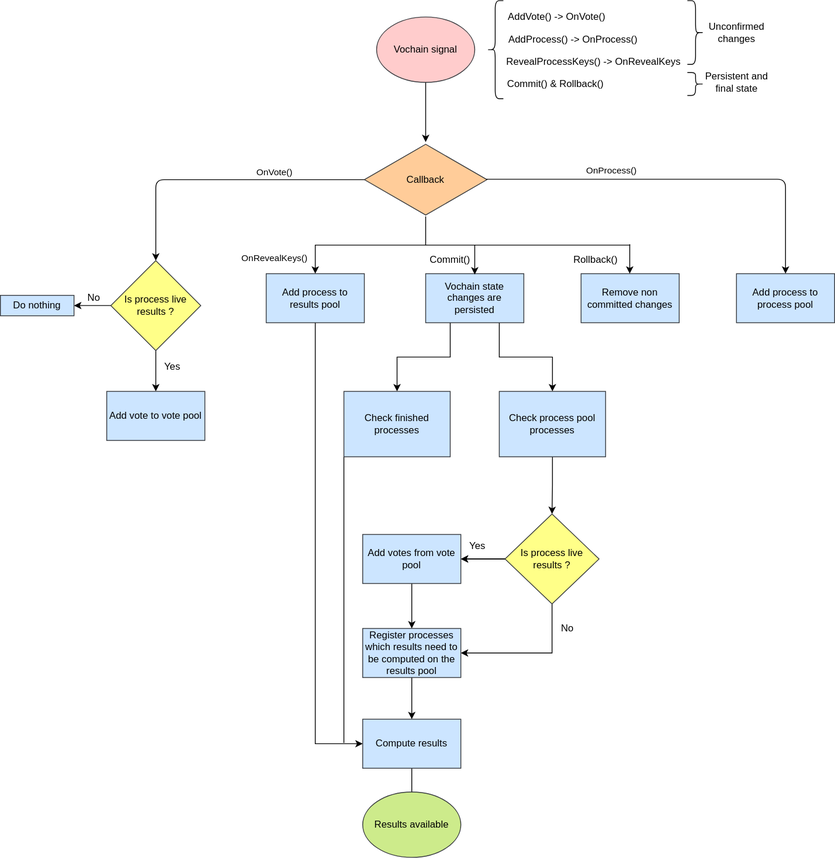
vocdoni/design keeps this draw.io diagram as docs/indexer-flow.svg. Above is the earlier version. Source tidied: cells renumbered, new cells last; positions are measured from the earlier drawing's top-left corner, leaving out a move shared by most shapes.
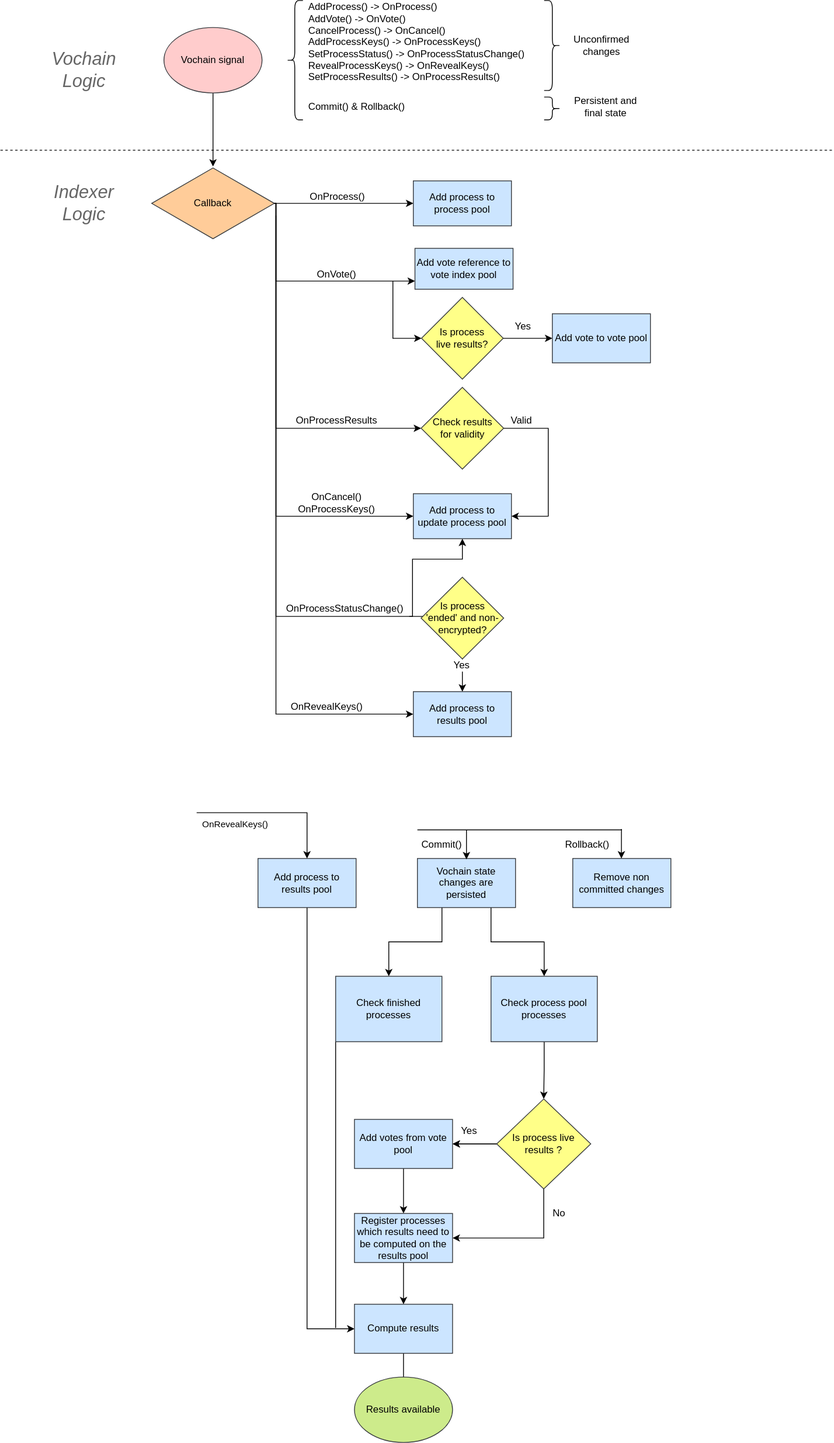
After the commit.

What changed in the source:
```diff
@@ -2,61 +2,59 @@
   <root>
     <mxCell id="0" />
     <mxCell id="1" parent="0" />
-    <mxCell id="2" style="endArrow=classic;html=1;" parent="1" edge="1">
-      <mxGeometry relative="1" as="geometry">
-        <mxPoint x="520" y="93" as="sourcePoint" />
-        <mxPoint x="520" y="173" as="targetPoint" />
-      </mxGeometry>
-    </mxCell>
     <mxCell id="3" style="shape=curlyBracket;whiteSpace=wrap;html=1;rounded=1;" parent="1" vertex="1">
-      <mxGeometry x="595" width="20" height="120" as="geometry" />
+      <mxGeometry x="360" y="-715" width="20" height="146" as="geometry" />
     </mxCell>
-    <mxCell id="4" value="AddVote() -&amp;gt; OnVote()" style="text;html=1;align=center;verticalAlign=middle;" parent="1" vertex="1">
-      <mxGeometry x="615" y="10" width="130" height="20" as="geometry" />
+    <mxCell id="4" value="&lt;div align=&quot;left&quot;&gt;AddProcess() -&amp;gt; OnProcess()&lt;/div&gt;&lt;div align=&quot;left&quot;&gt;AddVote() -&amp;gt; OnVote()&lt;/div&gt;&lt;div align=&quot;left&quot;&gt;CancelProcess() -&amp;gt; OnCancel()&lt;/div&gt;&lt;div align=&quot;left&quot;&gt;AddProcessKeys() -&amp;gt; OnProcessKeys()&lt;/div&gt;&lt;div align=&quot;left&quot;&gt;SetProcessStatus() -&amp;gt; OnProcessStatusChange()&lt;br&gt;&lt;/div&gt;&lt;div align=&quot;left&quot;&gt;RevealProcessKeys() -&amp;gt; OnRevealKeys()&lt;/div&gt;&lt;div align=&quot;left&quot;&gt;SetProcessResults() -&amp;gt; OnProcessResults()&lt;br&gt;&lt;/div&gt;" style="text;html=1;align=left;verticalAlign=middle;" parent="1" vertex="1">
+      <mxGeometry x="385" y="-714" width="280" height="100" as="geometry" />
     </mxCell>
-    <mxCell id="5" value="AddProcess() -&amp;gt; OnProcess()" style="text;html=1;align=center;verticalAlign=middle;" parent="1" vertex="1">
-      <mxGeometry x="615" y="38" width="170" height="20" as="geometry" />
-    </mxCell>
-    <mxCell id="6" value="RevealProcessKeys() -&amp;gt; OnRevealKeys" style="text;html=1;align=center;verticalAlign=middle;" parent="1" vertex="1">
-      <mxGeometry x="610" y="65" width="230" height="20" as="geometry" />
-    </mxCell>
-    <mxCell id="7" style="edgeStyle=orthogonalEdgeStyle;rounded=0;jettySize=auto;html=1;endArrow=classic;endFill=1;" parent="1" edge="1" source="9" target="15">
-      <mxGeometry relative="1" as="geometry" />
+    <mxCell id="7" style="edgeStyle=orthogonalEdgeStyle;rounded=0;jettySize=auto;html=1;endArrow=classic;endFill=1;" parent="1" edge="1" target="15">
+      <mxGeometry relative="1" as="geometry">
+        <mxPoint x="250" y="278" as="sourcePoint" />
+      </mxGeometry>
     </mxCell>
     <mxCell id="8" value="OnRevealKeys()" style="edgeLabel;html=1;align=center;verticalAlign=middle;" parent="7" vertex="1">
       <mxGeometry x="0.35" y="1" relative="1" as="geometry">
         <mxPoint x="-83" y="14" as="offset" />
       </mxGeometry>
     </mxCell>
+    <mxCell id="56" style="edgeStyle=orthogonalEdgeStyle;rounded=0;jettySize=auto;html=1;fontSize=22;fontColor=#666666;" parent="1" edge="1" source="9" target="19">
+      <mxGeometry relative="1" as="geometry" />
+    </mxCell>
+    <mxCell id="13" value="&lt;font style=&quot;font-size: 12px&quot;&gt;OnProcess()&lt;/font&gt;" style="edgeLabel;html=1;align=center;verticalAlign=middle;fontSize=12;labelBackgroundColor=none;" parent="56" vertex="1">
+      <mxGeometry x="0.08" y="1" relative="1" as="geometry">
+        <mxPoint x="-16" y="-8" as="offset" />
+      </mxGeometry>
+    </mxCell>
+    <mxCell id="57" style="edgeStyle=orthogonalEdgeStyle;rounded=0;jettySize=auto;html=1;entryX=0;entryY=0.5;entryDx=0;entryDy=0;fontSize=12;fontColor=#000000;" parent="1" edge="1" source="9" target="76">
+      <mxGeometry relative="1" as="geometry">
+        <Array as="points">
+          <mxPoint x="347" y="-467" />
+          <mxPoint x="347" y="158" />
+        </Array>
+      </mxGeometry>
+    </mxCell>
+    <mxCell id="58" value="OnRevealKeys()" style="edgeLabel;html=1;align=center;verticalAlign=middle;fontSize=12;fontColor=#000000;labelBackgroundColor=none;" parent="57" vertex="1">
+      <mxGeometry x="0.79" y="-1" relative="1" as="geometry">
+        <mxPoint x="-24" y="-10" as="offset" />
+      </mxGeometry>
+    </mxCell>
+    <mxCell id="59" style="edgeStyle=orthogonalEdgeStyle;rounded=0;jettySize=auto;html=1;entryX=0;entryY=0.5;entryDx=0;entryDy=0;fontSize=12;fontColor=#000000;" parent="1" edge="1" source="9" target="80">
+      <mxGeometry relative="1" as="geometry">
+        <Array as="points">
+          <mxPoint x="347" y="-467" />
+          <mxPoint x="347" y="-192" />
+        </Array>
+      </mxGeometry>
+    </mxCell>
+    <mxCell id="60" value="OnProcessResults" style="edgeLabel;html=1;align=center;verticalAlign=middle;fontSize=12;fontColor=#000000;" parent="59" vertex="1">
+      <mxGeometry x="0.83" y="4" relative="1" as="geometry">
+        <mxPoint x="-65" y="-6" as="offset" />
+      </mxGeometry>
+    </mxCell>
     <mxCell id="9" value="Callback" style="html=1;whiteSpace=wrap;shape=isoRectangle;fillColor=#ffcc99;strokeColor=#36393d;" parent="1" vertex="1">
-      <mxGeometry x="445" y="174" width="150" height="90" as="geometry" />
+      <mxGeometry x="195" y="-512" width="150" height="90" as="geometry" />
     </mxCell>
-    <mxCell id="10" style="endArrow=classic;html=1;exitX=0.027;exitY=0.489;exitDx=0;exitDy=0;exitPerimeter=0;edgeStyle=orthogonalEdgeStyle;entryX=0.5;entryY=0;entryDx=0;entryDy=0;" parent="1" edge="1" target="22">
-      <mxGeometry relative="1" as="geometry">
-        <mxPoint x="445" y="219" as="sourcePoint" />
-        <Array as="points">
-          <mxPoint x="190" y="219" />
-        </Array>
-      </mxGeometry>
-    </mxCell>
-    <mxCell id="11" value="OnVote()" style="edgeLabel;html=1;align=center;verticalAlign=middle;" parent="10" vertex="1">
-      <mxGeometry x="-0.46" y="-1" relative="1" as="geometry">
-        <mxPoint x="-15" y="-9" as="offset" />
-      </mxGeometry>
-    </mxCell>
-    <mxCell id="12" style="endArrow=classic;html=1;edgeStyle=orthogonalEdgeStyle;entryX=0.5;entryY=0;entryDx=0;entryDy=0;" parent="1" edge="1" target="19">
-      <mxGeometry relative="1" as="geometry">
-        <mxPoint x="594" y="218.5" as="sourcePoint" />
-        <Array as="points">
-          <mxPoint x="960" y="219" />
-        </Array>
-      </mxGeometry>
-    </mxCell>
-    <mxCell id="13" value="OnProcess()" style="edgeLabel;html=1;align=center;verticalAlign=middle;" parent="12" vertex="1">
-      <mxGeometry x="-0.46" y="-1" relative="1" as="geometry">
-        <mxPoint x="22" y="-12" as="offset" />
-      </mxGeometry>
-    </mxCell>
     <mxCell id="14" style="edgeStyle=orthogonalEdgeStyle;rounded=0;jettySize=auto;html=1;exitX=0.5;exitY=1;exitDx=0;exitDy=0;entryX=0;entryY=0.5;entryDx=0;entryDy=0;endArrow=classic;endFill=1;" parent="1" edge="1" source="15" target="48">
       <mxGeometry relative="1" as="geometry" />
     </mxCell>
@@ -73,46 +71,50 @@
       <mxGeometry x="520" y="334" width="120" height="60" as="geometry" />
     </mxCell>
     <mxCell id="19" value="Add process to process pool" style="whiteSpace=wrap;html=1;fillColor=#cce5ff;strokeColor=#36393d;" parent="1" vertex="1">
-      <mxGeometry x="900" y="334" width="120" height="60" as="geometry" />
+      <mxGeometry x="515" y="-494.5" width="120" height="55" as="geometry" />
     </mxCell>
-    <mxCell id="20" style="edgeStyle=orthogonalEdgeStyle;rounded=0;jettySize=auto;html=1;endArrow=classic;endFill=1;" parent="1" edge="1" source="22" target="23">
-      <mxGeometry relative="1" as="geometry" />
-    </mxCell>
     <mxCell id="21" style="edgeStyle=orthogonalEdgeStyle;rounded=0;jettySize=auto;html=1;endArrow=classic;endFill=1;" parent="1" edge="1" source="22" target="24">
       <mxGeometry relative="1" as="geometry" />
     </mxCell>
+    <mxCell id="61" value="&lt;div&gt;Yes&lt;/div&gt;" style="edgeLabel;html=1;align=center;verticalAlign=middle;fontSize=12;fontColor=#000000;" parent="21" vertex="1">
+      <mxGeometry x="0.4" y="1" relative="1" as="geometry">
+        <mxPoint x="-19" y="-14" as="offset" />
+      </mxGeometry>
+    </mxCell>
+    <mxCell id="62" style="edgeStyle=orthogonalEdgeStyle;rounded=0;jettySize=auto;html=1;fontSize=12;fontColor=#000000;entryX=0;entryY=0.5;entryDx=0;entryDy=0;" parent="1" edge="1" target="22">
+      <mxGeometry relative="1" as="geometry">
+        <mxPoint x="490" y="-372" as="sourcePoint" />
+        <Array as="points">
+          <mxPoint x="490" y="-302" />
+        </Array>
+      </mxGeometry>
+    </mxCell>
-    <mxCell id="22" value="Is process live results ?" style="rhombus;whiteSpace=wrap;html=1;fillColor=#ffff88;strokeColor=#36393d;" parent="1" vertex="1">
-      <mxGeometry x="135" y="318" width="110" height="110" as="geometry" />
+    <mxCell id="22" value="&lt;div&gt;Is process &lt;br&gt;&lt;/div&gt;&lt;div&gt;live results?&lt;/div&gt;" style="rhombus;whiteSpace=wrap;html=1;fillColor=#ffff88;strokeColor=#36393d;" parent="1" vertex="1">
+      <mxGeometry x="525" y="-352" width="100" height="100" as="geometry" />
     </mxCell>
-    <mxCell id="23" value="Do nothing" style="whiteSpace=wrap;html=1;fillColor=#cce5ff;strokeColor=#36393d;" parent="1" vertex="1">
-      <mxGeometry y="360.5" width="90" height="25" as="geometry" />
-    </mxCell>
     <mxCell id="24" value="Add vote to vote pool" style="whiteSpace=wrap;html=1;fillColor=#cce5ff;strokeColor=#36393d;" parent="1" vertex="1">
-      <mxGeometry x="130" y="478" width="120" height="60" as="geometry" />
+      <mxGeometry x="685" y="-332" width="120" height="60" as="geometry" />
     </mxCell>
-    <mxCell id="25" value="&lt;div&gt;No&lt;/div&gt;" style="text;html=1;align=center;verticalAlign=middle;" parent="1" vertex="1">
-      <mxGeometry x="99" y="354" width="30" height="20" as="geometry" />
-    </mxCell>
-    <mxCell id="26" value="Yes" style="text;html=1;align=center;verticalAlign=middle;" parent="1" vertex="1">
-      <mxGeometry x="190" y="438" width="40" height="20" as="geometry" />
-    </mxCell>
     <mxCell id="27" value="&lt;div align=&quot;left&quot;&gt;Commit()&amp;nbsp;&amp;amp; Rollback()&lt;/div&gt;" style="text;html=1;align=left;verticalAlign=middle;" parent="1" vertex="1">
-      <mxGeometry x="618" y="92" width="130" height="20" as="geometry" />
+      <mxGeometry x="385" y="-595" width="130" height="20" as="geometry" />
     </mxCell>
+    <mxCell id="63" style="edgeStyle=orthogonalEdgeStyle;rounded=0;jettySize=auto;html=1;fontSize=22;fontColor=#666666;" parent="1" edge="1" source="28" target="9">
+      <mxGeometry relative="1" as="geometry" />
+    </mxCell>
     <mxCell id="28" value="Vochain signal" style="ellipse;whiteSpace=wrap;html=1;fillColor=#ffcccc;strokeColor=#36393d;" parent="1" vertex="1">
-      <mxGeometry x="460" y="20" width="120" height="80" as="geometry" />
+      <mxGeometry x="210" y="-682" width="120" height="80" as="geometry" />
     </mxCell>
     <mxCell id="29" style="shape=curlyBracket;whiteSpace=wrap;html=1;rounded=1;size=0.5;direction=west;" parent="1" vertex="1">
-      <mxGeometry x="840" width="20" height="78" as="geometry" />
+      <mxGeometry x="675" y="-715" width="20" height="110" as="geometry" />
     </mxCell>
     <mxCell id="30" value="&lt;div&gt;Unconfirmed&lt;/div&gt;&lt;div&gt;changes&lt;/div&gt;" style="text;html=1;align=center;verticalAlign=middle;" parent="1" vertex="1">
-      <mxGeometry x="860" y="24" width="80" height="30" as="geometry" />
+      <mxGeometry x="705" y="-675" width="80" height="30" as="geometry" />
     </mxCell>
     <mxCell id="31" style="shape=curlyBracket;whiteSpace=wrap;html=1;rounded=1;size=0.5;direction=west;" parent="1" vertex="1">
-      <mxGeometry x="840" y="88" width="20" height="28" as="geometry" />
+      <mxGeometry x="675" y="-597" width="20" height="28" as="geometry" />
     </mxCell>
     <mxCell id="32" value="&lt;div&gt;Persistent and&lt;/div&gt;&lt;div&gt;final state&lt;/div&gt;" style="text;html=1;align=center;verticalAlign=middle;" parent="1" vertex="1">
-      <mxGeometry x="855" y="85" width="90" height="30" as="geometry" />
+      <mxGeometry x="705" y="-600" width="90" height="30" as="geometry" />
     </mxCell>
     <mxCell id="33" value="Remove non committed changes" style="rounded=0;whiteSpace=wrap;html=1;fillColor=#cce5ff;strokeColor=#36393d;" parent="1" vertex="1">
       <mxGeometry x="710" y="334" width="120" height="60" as="geometry" />
@@ -194,5 +196,100 @@
     <mxCell id="55" value="Results available" style="ellipse;whiteSpace=wrap;html=1;fillColor=#cdeb8b;strokeColor=#36393d;" parent="1" vertex="1">
       <mxGeometry x="443" y="968" width="120" height="80" as="geometry" />
     </mxCell>
+    <mxCell id="64" style="endArrow=none;dashed=1;html=1;" parent="1" edge="1">
+      <mxGeometry relative="1" as="geometry">
+        <mxPoint x="10" y="-532" as="sourcePoint" />
+        <mxPoint x="1028" y="-532" as="targetPoint" />
+      </mxGeometry>
+    </mxCell>
+    <mxCell id="65" value="Vochain Logic" style="text;html=1;strokeColor=none;fillColor=none;align=center;verticalAlign=middle;whiteSpace=wrap;rounded=0;fontSize=22;fontStyle=2;fontColor=#666666;" parent="1" vertex="1">
+      <mxGeometry x="70" y="-675" width="85" height="90" as="geometry" />
+    </mxCell>
+    <mxCell id="66" value="Indexer Logic" style="text;html=1;strokeColor=none;fillColor=none;align=center;verticalAlign=middle;whiteSpace=wrap;rounded=0;fontSize=22;fontStyle=2;fontColor=#666666;" parent="1" vertex="1">
+      <mxGeometry x="70" y="-512" width="85" height="90" as="geometry" />
+    </mxCell>
+    <mxCell id="67" style="edgeStyle=orthogonalEdgeStyle;rounded=0;jettySize=auto;html=1;fontSize=22;fontColor=#666666;" parent="1" edge="1" source="9" target="68">
+      <mxGeometry relative="1" as="geometry">
+        <Array as="points">
+          <mxPoint x="347" y="-467" />
+          <mxPoint x="347" y="-372" />
+        </Array>
+      </mxGeometry>
+    </mxCell>
+    <mxCell id="11" value="&lt;font style=&quot;font-size: 12px&quot;&gt;OnVote()&lt;/font&gt;" style="edgeLabel;html=1;align=center;verticalAlign=middle;fontSize=12;labelBackgroundColor=none;" parent="67" vertex="1">
+      <mxGeometry x="0.08" y="1" relative="1" as="geometry">
+        <mxPoint x="26" y="-8" as="offset" />
+      </mxGeometry>
+    </mxCell>
+    <mxCell id="68" value="Add vote reference to vote index pool" style="whiteSpace=wrap;html=1;fillColor=#cce5ff;strokeColor=#36393d;" parent="1" vertex="1">
+      <mxGeometry x="517" y="-412" width="120" height="50" as="geometry" />
+    </mxCell>
+    <mxCell id="69" style="edgeStyle=orthogonalEdgeStyle;rounded=0;jettySize=auto;html=1;fontSize=22;fontColor=#666666;entryX=0;entryY=0.5;entryDx=0;entryDy=0;" parent="1" edge="1" target="72">
+      <mxGeometry relative="1" as="geometry">
+        <mxPoint x="347" y="-452" as="sourcePoint" />
+        <Array as="points">
+          <mxPoint x="347" y="-84" />
+        </Array>
+      </mxGeometry>
+    </mxCell>
+    <mxCell id="70" value="&lt;div&gt;OnCancel()&lt;/div&gt;&lt;div&gt;OnProcessKeys()&lt;br&gt;&lt;/div&gt;" style="edgeLabel;html=1;align=center;verticalAlign=middle;fontSize=12;labelBackgroundColor=none;" parent="69" vertex="1">
+      <mxGeometry x="0.08" y="1" relative="1" as="geometry">
+        <mxPoint x="72" y="60" as="offset" />
+      </mxGeometry>
+    </mxCell>
+    <mxCell id="71" style="edgeStyle=orthogonalEdgeStyle;rounded=0;jettySize=auto;html=1;fontSize=12;fontColor=#000000;" parent="1" edge="1" target="72">
+      <mxGeometry relative="1" as="geometry">
+        <mxPoint x="510" y="38" as="sourcePoint" />
+        <Array as="points">
+          <mxPoint x="514" y="38" />
+          <mxPoint x="514" y="-32" />
+          <mxPoint x="575" y="-32" />
+        </Array>
+      </mxGeometry>
+    </mxCell>
+    <mxCell id="72" value="Add process to update process pool" style="whiteSpace=wrap;html=1;fillColor=#cce5ff;strokeColor=#36393d;" parent="1" vertex="1">
+      <mxGeometry x="515" y="-112" width="120" height="55" as="geometry" />
+    </mxCell>
+    <mxCell id="73" style="edgeStyle=orthogonalEdgeStyle;rounded=0;jettySize=auto;html=1;fontSize=22;fontColor=#666666;" parent="1" edge="1" source="9" target="76">
+      <mxGeometry relative="1" as="geometry">
+        <Array as="points">
+          <mxPoint x="347" y="-467" />
+          <mxPoint x="347" y="38" />
+          <mxPoint x="575" y="38" />
+        </Array>
+      </mxGeometry>
+    </mxCell>
+    <mxCell id="74" value="OnProcessStatusChange()" style="edgeLabel;html=1;align=center;verticalAlign=middle;fontSize=12;labelBackgroundColor=none;" parent="73" vertex="1">
+      <mxGeometry x="0.08" y="1" relative="1" as="geometry">
+        <mxPoint x="82" y="50" as="offset" />
+      </mxGeometry>
+    </mxCell>
+    <mxCell id="75" value="&lt;div&gt;Yes&lt;/div&gt;" style="edgeLabel;html=1;align=center;verticalAlign=middle;fontSize=12;fontColor=#000000;" parent="73" vertex="1">
+      <mxGeometry x="0.9" y="-2" relative="1" as="geometry">
+        <mxPoint y="10" as="offset" />
+      </mxGeometry>
+    </mxCell>
+    <mxCell id="76" value="Add process to results pool" style="whiteSpace=wrap;html=1;fillColor=#cce5ff;strokeColor=#36393d;" parent="1" vertex="1">
+      <mxGeometry x="515" y="130" width="120" height="55" as="geometry" />
+    </mxCell>
+    <mxCell id="77" value="&lt;div&gt;Is process &lt;br&gt;&lt;/div&gt;&lt;div&gt;'ended' and non-encrypted?&lt;br&gt;&lt;/div&gt;" style="rhombus;whiteSpace=wrap;html=1;fillColor=#ffff88;strokeColor=#36393d;" parent="1" vertex="1">
+      <mxGeometry x="524.5" y="-10" width="101" height="100" as="geometry" />
+    </mxCell>
+    <mxCell id="78" style="edgeStyle=orthogonalEdgeStyle;rounded=0;jettySize=auto;html=1;entryX=1;entryY=0.5;entryDx=0;entryDy=0;fontSize=12;fontColor=#000000;exitX=1;exitY=0.5;exitDx=0;exitDy=0;" parent="1" edge="1" source="80" target="72">
+      <mxGeometry relative="1" as="geometry">
+        <Array as="points">
+          <mxPoint x="680" y="-192" />
+          <mxPoint x="680" y="-84" />
+        </Array>
+      </mxGeometry>
+    </mxCell>
+    <mxCell id="79" value="Valid " style="edgeLabel;html=1;align=center;verticalAlign=middle;fontSize=12;fontColor=#000000;" parent="78" vertex="1">
+      <mxGeometry x="-0.76" y="2" relative="1" as="geometry">
+        <mxPoint x="-4" y="-8" as="offset" />
+      </mxGeometry>
+    </mxCell>
+    <mxCell id="80" value="&lt;div&gt;Check results&lt;/div&gt;&lt;div&gt; for validity&lt;br&gt;&lt;/div&gt;" style="rhombus;whiteSpace=wrap;html=1;fillColor=#ffff88;strokeColor=#36393d;" parent="1" vertex="1">
+      <mxGeometry x="524.5" y="-242" width="101" height="100" as="geometry" />
+    </mxCell>
   </root>
 </mxGraphModel>
```
